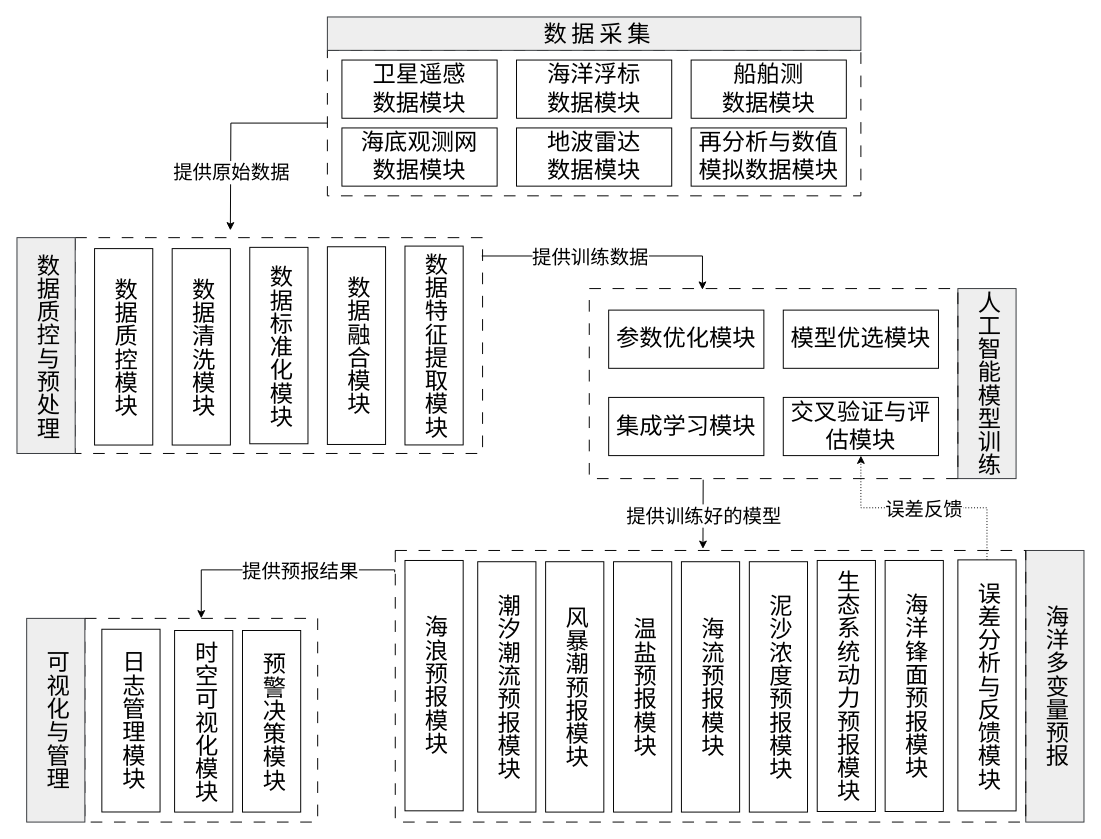
Before: 流程图1.drawio in Xylitolor/Xylitolee, a draw.io diagram. Source tidied: cells renumbered, new cells numbered last; positions are measured from the earlier drawing's top-left corner, leaving out a move shared by most shapes. Both pictures are drawn from the tidied source at 97%, with x=0, y=0 at pixel (16, 16).
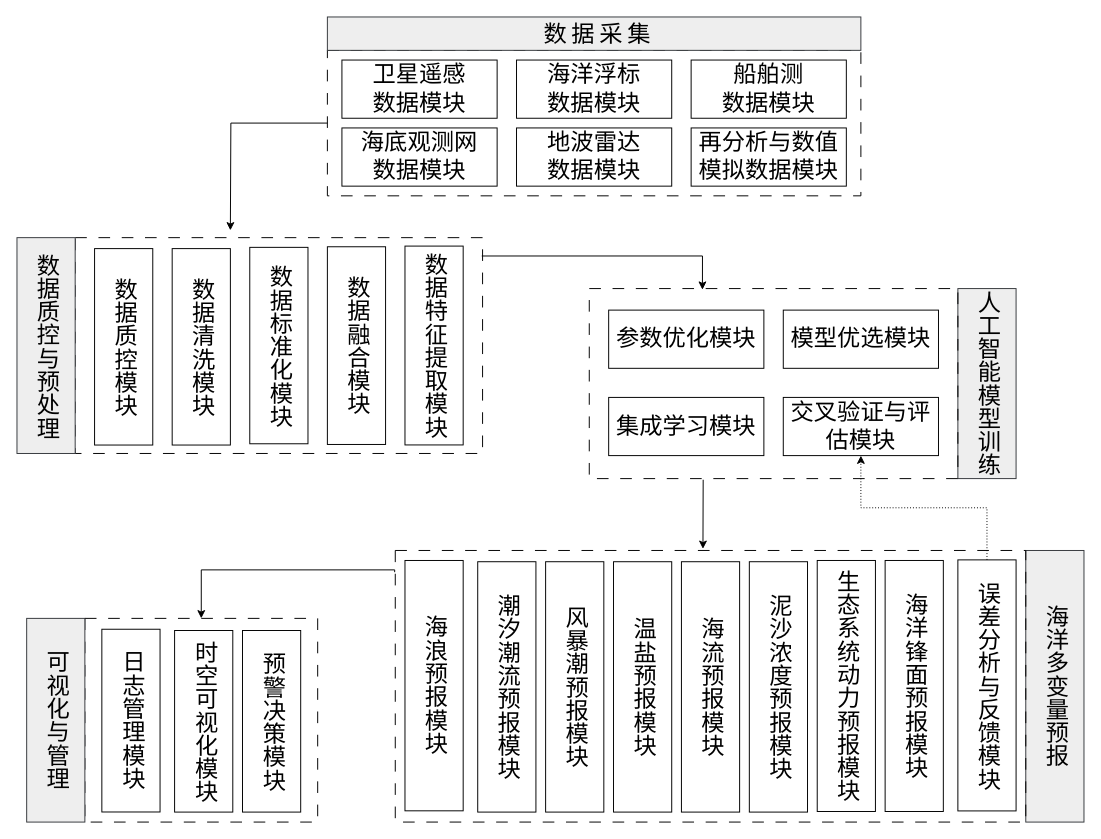
Above is the later version.

Commit message:
更新流程图1.drawio

The change refers to these unchanged cells:
```xml
<mxCell id="9" style="endArrow=classic;html=1;rounded=0;exitX=0;exitY=0.5;exitDx=0;exitDy=0;edgeStyle=orthogonalEdgeStyle;" parent="1" edge="1" source="2">
  <mxGeometry relative="1" as="geometry">
    <mxPoint x="220" y="220" as="targetPoint" />
  </mxGeometry>
</mxCell>
<mxCell id="19" style="endArrow=classic;html=1;rounded=0;entryX=0.307;entryY=0.006;entryDx=0;entryDy=0;edgeStyle=orthogonalEdgeStyle;exitX=0.998;exitY=0.085;exitDx=0;exitDy=0;entryPerimeter=0;exitPerimeter=0;" parent="1" edge="1" source="12" target="22">
  <mxGeometry relative="1" as="geometry">
    <Array as="points">
      <mxPoint x="707" y="246" />
    </Array>
  </mxGeometry>
</mxCell>
<mxCell id="27" style="endArrow=classic;html=1;rounded=0;exitX=0.309;exitY=1.006;exitDx=0;exitDy=0;entryX=0.488;entryY=-0.006;entryDx=0;entryDy=0;exitPerimeter=0;entryPerimeter=0;" parent="1" edge="1" source="22" target="30">
  <mxGeometry relative="1" as="geometry" />
</mxCell>
<mxCell id="40" style="endArrow=classic;html=1;rounded=0;entryX=0.5;entryY=1;entryDx=0;entryDy=0;exitX=0.5;exitY=0;exitDx=0;exitDy=0;edgeStyle=orthogonalEdgeStyle;dashed=1;dashPattern=1 2;" parent="1" edge="1" source="39" target="25">
  <mxGeometry relative="1" as="geometry" />
</mxCell>
<mxCell id="43" style="endArrow=classic;html=1;rounded=0;exitX=-0.001;exitY=0.08;exitDx=0;exitDy=0;entryX=0.5;entryY=0;entryDx=0;entryDy=0;edgeStyle=orthogonalEdgeStyle;exitPerimeter=0;" parent="1" edge="1" source="30" target="42">
  <mxGeometry relative="1" as="geometry">
    <Array as="points">
      <mxPoint x="389" y="570" />
      <mxPoint x="190" y="570" />
    </Array>
  </mxGeometry>
</mxCell>
```

What changed in the source:
```diff
@@
-    <mxCell id="10" value="&lt;font style=&quot;font-size: 20px;&quot; face=&quot;宋体&quot;&gt;提供原始数据&lt;/font&gt;" style="edgeLabel;html=1;align=center;verticalAlign=middle;" parent="9" vertex="1">
-      <mxGeometry y="-1" relative="1" as="geometry">
-        <mxPoint x="1" y="45" as="offset" />
-      </mxGeometry>
-    </mxCell>
@@
-    <mxCell id="20" value="&lt;font style=&quot;font-size: 20px;&quot;&gt;&lt;font face=&quot;宋体&quot; style=&quot;font-size: 20px;&quot;&gt;提供&lt;/font&gt;&lt;span style=&quot;font-family: 宋体;&quot;&gt;训练数据&lt;/span&gt;&lt;/font&gt;" style="edgeLabel;html=1;align=center;verticalAlign=middle;" parent="19" vertex="1">
-      <mxGeometry relative="1" as="geometry">
-        <mxPoint x="-20" as="offset" />
-      </mxGeometry>
-    </mxCell>
@@
-    <mxCell id="28" value="&lt;font style=&quot;font-size: 20px;&quot; face=&quot;宋体&quot;&gt;提供训练好的模型&lt;/font&gt;" style="edgeLabel;html=1;align=center;verticalAlign=middle;" parent="27" vertex="1">
-      <mxGeometry relative="1" as="geometry" />
-    </mxCell>
@@
-    <mxCell id="41" value="&lt;font face=&quot;宋体&quot; style=&quot;font-size: 20px;&quot;&gt;误差反馈&lt;/font&gt;" style="edgeLabel;html=1;align=center;verticalAlign=middle;" parent="40" vertex="1">
-      <mxGeometry relative="1" as="geometry" />
-    </mxCell>
@@
-    <mxCell id="44" value="&lt;font face=&quot;宋体&quot; style=&quot;font-size: 20px;&quot;&gt;提供预报结果&lt;/font&gt;" style="edgeLabel;html=1;align=center;verticalAlign=middle;" parent="43" vertex="1">
-      <mxGeometry relative="1" as="geometry">
-        <mxPoint x="26" as="offset" />
-      </mxGeometry>
-    </mxCell>
```
